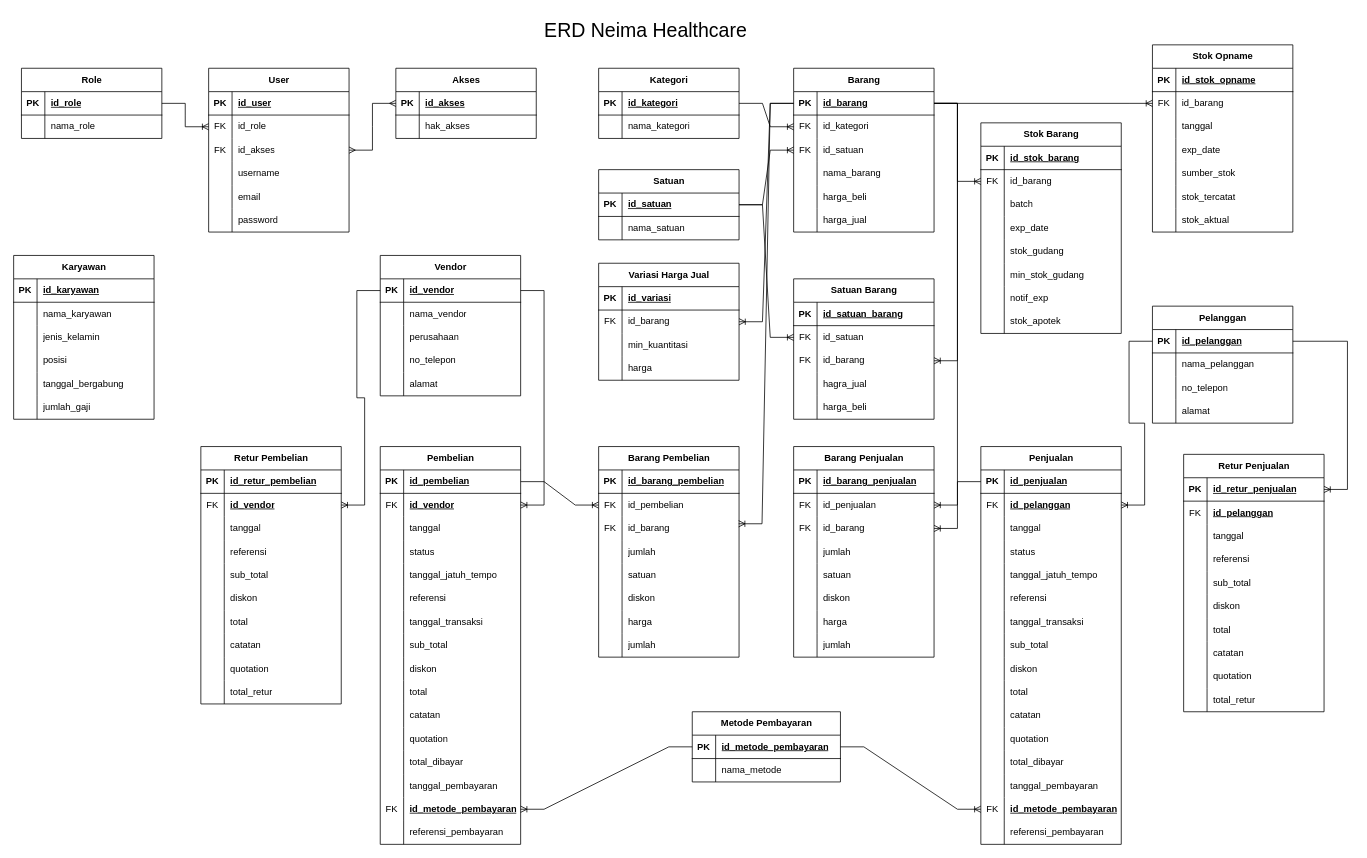
Earlier version of the draw.io diagram erd.drawio (m1tsuha4/apotek). Source tidied: cells renumbered, new cells numbered last; positions are measured from the earlier drawing's top-left corner, leaving out a move shared by most shapes. Both pictures are drawn from the tidied source at 78%, with x=0, y=0 at pixel (13, 13).
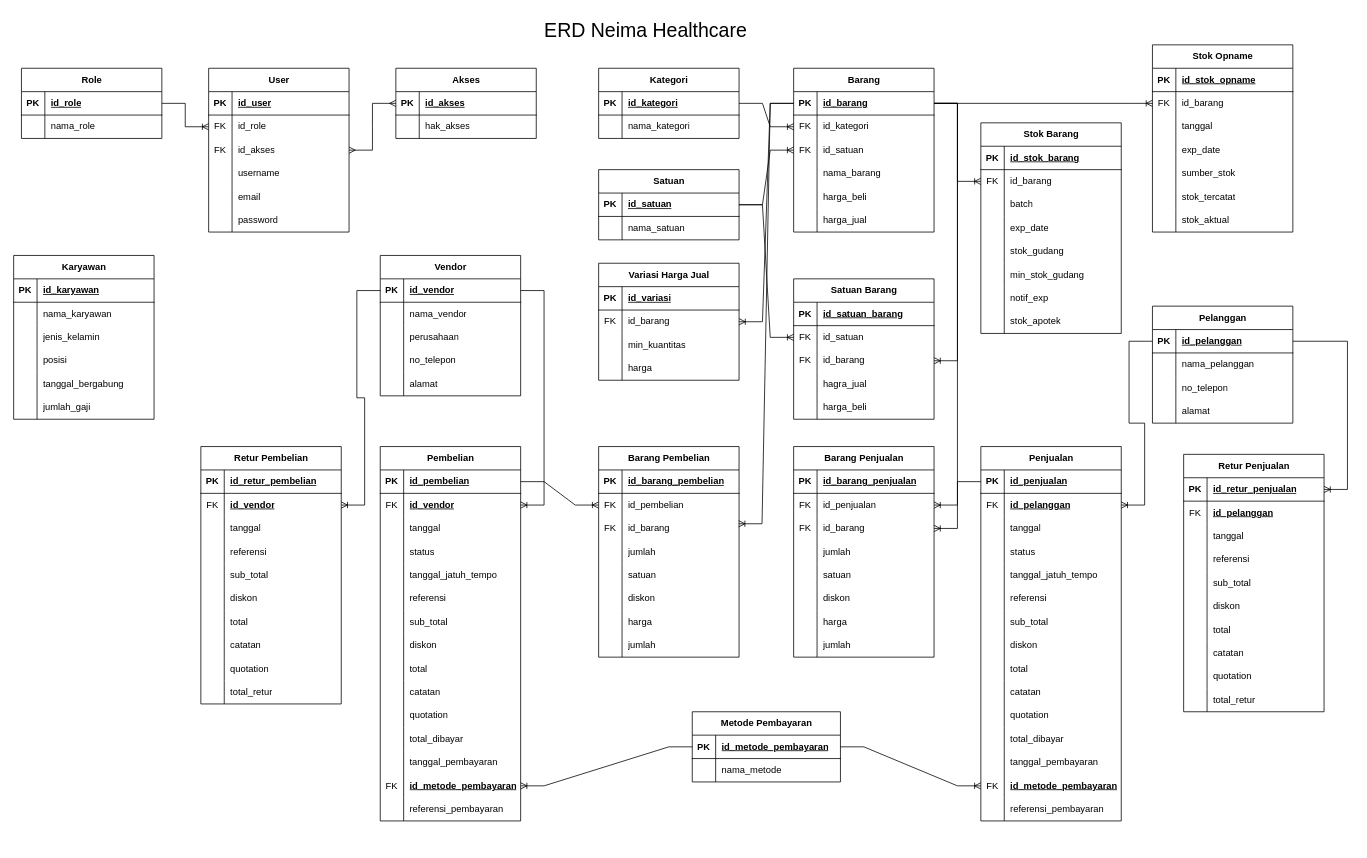
Above is the later version.

The change refers to these unchanged cells:
```xml
<mxCell id="202" style="shape=tableRow;horizontal=0;startSize=0;swimlaneHead=0;swimlaneBody=0;fillColor=none;top=0;left=0;right=0;bottom=0;" parent="195" vertex="1">
  <mxGeometry y="90" width="180" height="30" as="geometry" />
</mxCell>
```

The edit, as a diff of the source:
```diff
@@
     <mxCell id="146" value="Pembelian" style="shape=table;startSize=30;childLayout=tableLayout;rowLines=0;fontStyle=1;align=center;html=1;" parent="1" vertex="1">
-      <mxGeometry x="470" y="555" width="180" height="510" as="geometry" />
+      <mxGeometry x="470" y="555" width="180" height="480" as="geometry" />
     </mxCell>
@@
-    <mxCell id="165" style="shape=tableRow;horizontal=0;startSize=0;swimlaneHead=0;swimlaneBody=0;fillColor=none;top=0;left=0;right=0;bottom=0;" parent="146" vertex="1">
-      <mxGeometry y="210" width="180" height="30" as="geometry" />
-    </mxCell>
-    <mxCell id="166" style="shape=partialRectangle;fillColor=none;top=0;left=0;bottom=0;right=0;overflow=hidden;whiteSpace=wrap;html=1;" parent="165" vertex="1">
-      <mxGeometry width="30" height="30" as="geometry" />
-    </mxCell>
-    <mxCell id="167" value="tanggal_transaksi" style="shape=partialRectangle;fillColor=none;top=0;left=0;bottom=0;right=0;align=left;spacingLeft=6;overflow=hidden;whiteSpace=wrap;html=1;" parent="165" vertex="1">
-      <mxGeometry x="30" width="150" height="30" as="geometry" />
-    </mxCell>
     <mxCell id="168" style="shape=tableRow;horizontal=0;startSize=0;swimlaneHead=0;swimlaneBody=0;fillColor=none;top=0;left=0;right=0;bottom=0;" parent="146" vertex="1">
-      <mxGeometry y="240" width="180" height="30" as="geometry" />
+      <mxGeometry y="210" width="180" height="30" as="geometry" />
     </mxCell>
@@
     <mxCell id="171" style="shape=tableRow;horizontal=0;startSize=0;swimlaneHead=0;swimlaneBody=0;fillColor=none;top=0;left=0;right=0;bottom=0;" parent="146" vertex="1">
-      <mxGeometry y="270" width="180" height="30" as="geometry" />
+      <mxGeometry y="240" width="180" height="30" as="geometry" />
     </mxCell>
@@
     <mxCell id="174" style="shape=tableRow;horizontal=0;startSize=0;swimlaneHead=0;swimlaneBody=0;fillColor=none;top=0;left=0;right=0;bottom=0;" parent="146" vertex="1">
-      <mxGeometry y="300" width="180" height="30" as="geometry" />
+      <mxGeometry y="270" width="180" height="30" as="geometry" />
     </mxCell>
@@
     <mxCell id="177" style="shape=tableRow;horizontal=0;startSize=0;swimlaneHead=0;swimlaneBody=0;fillColor=none;top=0;left=0;right=0;bottom=0;" parent="146" vertex="1">
-      <mxGeometry y="330" width="180" height="30" as="geometry" />
+      <mxGeometry y="300" width="180" height="30" as="geometry" />
     </mxCell>
@@
     <mxCell id="180" style="shape=tableRow;horizontal=0;startSize=0;swimlaneHead=0;swimlaneBody=0;fillColor=none;top=0;left=0;right=0;bottom=0;" parent="146" vertex="1">
-      <mxGeometry y="360" width="180" height="30" as="geometry" />
+      <mxGeometry y="330" width="180" height="30" as="geometry" />
     </mxCell>
@@
     <mxCell id="183" style="shape=tableRow;horizontal=0;startSize=0;swimlaneHead=0;swimlaneBody=0;fillColor=none;top=0;left=0;right=0;bottom=0;" parent="146" vertex="1">
-      <mxGeometry y="390" width="180" height="30" as="geometry" />
+      <mxGeometry y="360" width="180" height="30" as="geometry" />
     </mxCell>
@@
     <mxCell id="186" style="shape=tableRow;horizontal=0;startSize=0;swimlaneHead=0;swimlaneBody=0;fillColor=none;top=0;left=0;right=0;bottom=0;" parent="146" vertex="1">
-      <mxGeometry y="420" width="180" height="30" as="geometry" />
+      <mxGeometry y="390" width="180" height="30" as="geometry" />
     </mxCell>
@@
     <mxCell id="189" style="shape=tableRow;horizontal=0;startSize=0;swimlaneHead=0;swimlaneBody=0;fillColor=none;points=[[0,0.5],[1,0.5]];portConstraint=eastwest;top=0;left=0;right=0;bottom=0;" parent="146" vertex="1">
-      <mxGeometry y="450" width="180" height="30" as="geometry" />
+      <mxGeometry y="420" width="180" height="30" as="geometry" />
     </mxCell>
@@
     <mxCell id="192" style="shape=tableRow;horizontal=0;startSize=0;swimlaneHead=0;swimlaneBody=0;fillColor=none;top=0;left=0;right=0;bottom=0;" parent="146" vertex="1">
-      <mxGeometry y="480" width="180" height="30" as="geometry" />
+      <mxGeometry y="450" width="180" height="30" as="geometry" />
     </mxCell>
@@
-    <mxCell id="204" value="min_kuantitasi" style="shape=partialRectangle;fillColor=none;top=0;left=0;bottom=0;right=0;align=left;spacingLeft=6;overflow=hidden;whiteSpace=wrap;html=1;" parent="202" vertex="1">
+    <mxCell id="204" value="min_kuantitas" style="shape=partialRectangle;fillColor=none;top=0;left=0;bottom=0;right=0;align=left;spacingLeft=6;overflow=hidden;whiteSpace=wrap;html=1;" parent="202" vertex="1">
       <mxGeometry x="30" width="150" height="30" as="geometry" />
     </mxCell>
@@
     <mxCell id="260" value="Penjualan" style="shape=table;startSize=30;childLayout=tableLayout;rowLines=0;fontStyle=1;align=center;html=1;" parent="1" vertex="1">
-      <mxGeometry x="1240" y="555" width="180" height="510" as="geometry" />
+      <mxGeometry x="1240" y="555" width="180" height="480" as="geometry" />
     </mxCell>
@@
-    <mxCell id="279" style="shape=tableRow;horizontal=0;startSize=0;swimlaneHead=0;swimlaneBody=0;fillColor=none;top=0;left=0;right=0;bottom=0;" parent="260" vertex="1">
-      <mxGeometry y="210" width="180" height="30" as="geometry" />
-    </mxCell>
-    <mxCell id="280" style="shape=partialRectangle;fillColor=none;top=0;left=0;bottom=0;right=0;overflow=hidden;whiteSpace=wrap;html=1;" parent="279" vertex="1">
-      <mxGeometry width="30" height="30" as="geometry" />
-    </mxCell>
-    <mxCell id="281" value="tanggal_transaksi" style="shape=partialRectangle;fillColor=none;top=0;left=0;bottom=0;right=0;align=left;spacingLeft=6;overflow=hidden;whiteSpace=wrap;html=1;" parent="279" vertex="1">
-      <mxGeometry x="30" width="150" height="30" as="geometry" />
-    </mxCell>
     <mxCell id="282" style="shape=tableRow;horizontal=0;startSize=0;swimlaneHead=0;swimlaneBody=0;fillColor=none;top=0;left=0;right=0;bottom=0;" parent="260" vertex="1">
-      <mxGeometry y="240" width="180" height="30" as="geometry" />
+      <mxGeometry y="210" width="180" height="30" as="geometry" />
     </mxCell>
@@
     <mxCell id="285" style="shape=tableRow;horizontal=0;startSize=0;swimlaneHead=0;swimlaneBody=0;fillColor=none;top=0;left=0;right=0;bottom=0;" parent="260" vertex="1">
-      <mxGeometry y="270" width="180" height="30" as="geometry" />
+      <mxGeometry y="240" width="180" height="30" as="geometry" />
     </mxCell>
@@
     <mxCell id="288" style="shape=tableRow;horizontal=0;startSize=0;swimlaneHead=0;swimlaneBody=0;fillColor=none;top=0;left=0;right=0;bottom=0;" parent="260" vertex="1">
-      <mxGeometry y="300" width="180" height="30" as="geometry" />
+      <mxGeometry y="270" width="180" height="30" as="geometry" />
     </mxCell>
@@
     <mxCell id="291" style="shape=tableRow;horizontal=0;startSize=0;swimlaneHead=0;swimlaneBody=0;fillColor=none;top=0;left=0;right=0;bottom=0;" parent="260" vertex="1">
-      <mxGeometry y="330" width="180" height="30" as="geometry" />
+      <mxGeometry y="300" width="180" height="30" as="geometry" />
     </mxCell>
@@
     <mxCell id="294" style="shape=tableRow;horizontal=0;startSize=0;swimlaneHead=0;swimlaneBody=0;fillColor=none;top=0;left=0;right=0;bottom=0;" parent="260" vertex="1">
-      <mxGeometry y="360" width="180" height="30" as="geometry" />
+      <mxGeometry y="330" width="180" height="30" as="geometry" />
     </mxCell>
@@
     <mxCell id="297" style="shape=tableRow;horizontal=0;startSize=0;swimlaneHead=0;swimlaneBody=0;fillColor=none;top=0;left=0;right=0;bottom=0;" parent="260" vertex="1">
-      <mxGeometry y="390" width="180" height="30" as="geometry" />
+      <mxGeometry y="360" width="180" height="30" as="geometry" />
     </mxCell>
@@
     <mxCell id="300" style="shape=tableRow;horizontal=0;startSize=0;swimlaneHead=0;swimlaneBody=0;fillColor=none;top=0;left=0;right=0;bottom=0;" parent="260" vertex="1">
-      <mxGeometry y="420" width="180" height="30" as="geometry" />
+      <mxGeometry y="390" width="180" height="30" as="geometry" />
     </mxCell>
@@
     <mxCell id="303" style="shape=tableRow;horizontal=0;startSize=0;swimlaneHead=0;swimlaneBody=0;fillColor=none;points=[[0,0.5],[1,0.5]];portConstraint=eastwest;top=0;left=0;right=0;bottom=0;" parent="260" vertex="1">
-      <mxGeometry y="450" width="180" height="30" as="geometry" />
+      <mxGeometry y="420" width="180" height="30" as="geometry" />
     </mxCell>
@@
     <mxCell id="306" style="shape=tableRow;horizontal=0;startSize=0;swimlaneHead=0;swimlaneBody=0;fillColor=none;top=0;left=0;right=0;bottom=0;" parent="260" vertex="1">
-      <mxGeometry y="480" width="180" height="30" as="geometry" />
+      <mxGeometry y="450" width="180" height="30" as="geometry" />
     </mxCell>
```
